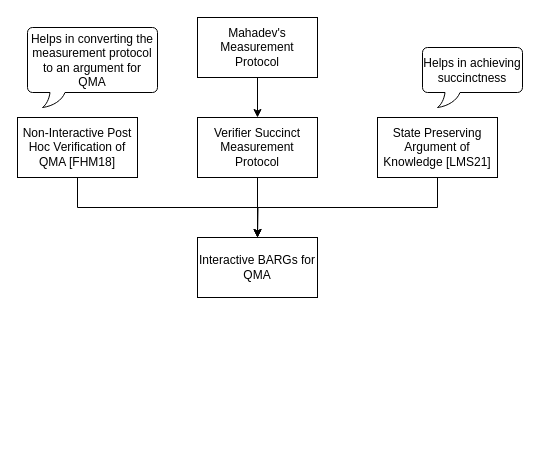
Before: BARGForQMA.drawio in ajx42/picaso, a draw.io diagram. Source tidied: cells renumbered, new cells numbered last; positions are measured from the earlier drawing's top-left corner, leaving out a move shared by most shapes. Both pictures are drawn from the tidied source at 100%, with x=0, y=0 at pixel (17, 17).
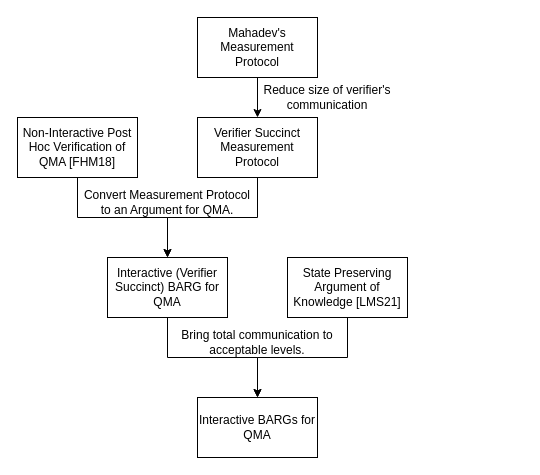
Above is the later version.

Change to the diagram source:
```diff
@@
 <mxGraphModel>
   <root>
     <mxCell id="0" />
     <mxCell id="1" parent="0" />
     <mxCell id="2" value="Mahadev's Measurement Protocol" style="rounded=0;whiteSpace=wrap;html=1;" parent="1" vertex="1">
       <mxGeometry x="180" width="120" height="60" as="geometry" />
     </mxCell>
-    <mxCell id="3" style="edgeStyle=orthogonalEdgeStyle;rounded=0;jettySize=auto;html=1;exitX=0.5;exitY=1;exitDx=0;exitDy=0;" parent="1" edge="1" source="4">
-      <mxGeometry relative="1" as="geometry">
-        <mxPoint x="240" y="220" as="targetPoint" />
-      </mxGeometry>
+    <mxCell id="3" style="edgeStyle=orthogonalEdgeStyle;rounded=0;jettySize=auto;html=1;exitX=0.5;exitY=1;exitDx=0;exitDy=0;entryX=0.5;entryY=0;entryDx=0;entryDy=0;" parent="1" edge="1" source="4" target="11">
+      <mxGeometry relative="1" as="geometry" />
     </mxCell>
     <mxCell id="4" value="Verifier Succinct Measurement Protocol" style="rounded=0;whiteSpace=wrap;html=1;" parent="1" vertex="1">
       <mxGeometry x="180" y="100" width="120" height="60" as="geometry" />
     </mxCell>
     <mxCell id="5" style="endArrow=classic;html=1;rounded=0;exitX=0.5;exitY=1;exitDx=0;exitDy=0;" parent="1" edge="1" source="2" target="4">
       <mxGeometry relative="1" as="geometry" />
     </mxCell>
-    <mxCell id="6" style="edgeStyle=orthogonalEdgeStyle;rounded=0;jettySize=auto;html=1;exitX=0.5;exitY=1;exitDx=0;exitDy=0;" parent="1" edge="1" source="7">
-      <mxGeometry relative="1" as="geometry">
-        <mxPoint x="240" y="220" as="targetPoint" />
-      </mxGeometry>
-    </mxCell>
+    <mxCell id="14" style="edgeStyle=orthogonalEdgeStyle;rounded=0;jettySize=auto;html=1;exitX=0.5;exitY=1;exitDx=0;exitDy=0;entryX=0.5;entryY=0;entryDx=0;entryDy=0;" parent="1" edge="1" source="7" target="16">
+      <mxGeometry relative="1" as="geometry" />
+    </mxCell>
     <mxCell id="7" value="State Preserving Argument of Knowledge [LMS21]" style="rounded=0;whiteSpace=wrap;html=1;" parent="1" vertex="1">
-      <mxGeometry x="360" y="100" width="120" height="60" as="geometry" />
+      <mxGeometry x="270" y="240" width="120" height="60" as="geometry" />
     </mxCell>
     <mxCell id="8" style="edgeStyle=orthogonalEdgeStyle;rounded=0;orthogonalLoop=1;jettySize=auto;html=1;exitX=0;exitY=0.5;exitDx=0;exitDy=0;exitPerimeter=0;" parent="1" edge="1">
       <mxGeometry relative="1" as="geometry">
         <mxPoint x="330" y="210" as="sourcePoint" />
         <mxPoint x="330" y="210" as="targetPoint" />
       </mxGeometry>
     </mxCell>
     <mxCell id="9" style="edgeStyle=orthogonalEdgeStyle;rounded=0;jettySize=auto;html=1;exitX=0.5;exitY=1;exitDx=0;exitDy=0;entryX=0.5;entryY=0;entryDx=0;entryDy=0;" parent="1" edge="1" source="10" target="11">
       <mxGeometry relative="1" as="geometry" />
     </mxCell>
     <mxCell id="10" value="Non-Interactive Post Hoc Verification of QMA [FHM18]" style="rounded=0;whiteSpace=wrap;html=1;" parent="1" vertex="1">
       <mxGeometry y="100" width="120" height="60" as="geometry" />
     </mxCell>
+    <mxCell id="15" style="edgeStyle=orthogonalEdgeStyle;rounded=0;jettySize=auto;html=1;exitX=0.5;exitY=1;exitDx=0;exitDy=0;entryX=0.5;entryY=0;entryDx=0;entryDy=0;" parent="1" edge="1" source="11" target="16">
+      <mxGeometry relative="1" as="geometry" />
+    </mxCell>
-    <mxCell id="11" value="Interactive BARGs for QMA" style="rounded=0;whiteSpace=wrap;html=1;" parent="1" vertex="1">
-      <mxGeometry x="180" y="220" width="120" height="60" as="geometry" />
+    <mxCell id="11" value="Interactive (Verifier Succinct) BARG for QMA" style="rounded=0;whiteSpace=wrap;html=1;" parent="1" vertex="1">
+      <mxGeometry x="90" y="240" width="120" height="60" as="geometry" />
     </mxCell>
-    <mxCell id="12" value="Helps in achieving succinctness" style="whiteSpace=wrap;html=1;shape=mxgraph.basic.roundRectCallout;dx=30;dy=15;size=5;boundedLbl=1;" parent="1" vertex="1">
-      <mxGeometry x="405" y="30" width="100" height="60" as="geometry" />
-    </mxCell>
-    <mxCell id="13" value="Helps in converting the measurement protocol to an argument for QMA" style="whiteSpace=wrap;html=1;shape=mxgraph.basic.roundRectCallout;dx=30;dy=15;size=5;boundedLbl=1;" parent="1" vertex="1">
-      <mxGeometry x="10" y="10" width="130" height="80" as="geometry" />
-    </mxCell>
+    <mxCell id="16" value="Interactive BARGs for QMA" style="rounded=0;whiteSpace=wrap;html=1;" parent="1" vertex="1">
+      <mxGeometry x="180" y="380" width="120" height="60" as="geometry" />
+    </mxCell>
+    <mxCell id="17" value="Reduce size of verifier's communication" style="text;html=1;strokeColor=none;fillColor=none;align=center;verticalAlign=middle;whiteSpace=wrap;rounded=0;" parent="1" vertex="1">
+      <mxGeometry x="240" y="60" width="140" height="40" as="geometry" />
+    </mxCell>
+    <mxCell id="18" value="Bring total communication to acceptable levels." style="text;html=1;strokeColor=none;fillColor=none;align=center;verticalAlign=middle;whiteSpace=wrap;rounded=0;" parent="1" vertex="1">
+      <mxGeometry x="155" y="300" width="170" height="50" as="geometry" />
+    </mxCell>
+    <mxCell id="19" value="Convert Measurement Protocol to an Argument for QMA." style="text;html=1;strokeColor=none;fillColor=none;align=center;verticalAlign=middle;whiteSpace=wrap;rounded=0;" parent="1" vertex="1">
+      <mxGeometry x="65" y="160" width="170" height="50" as="geometry" />
+    </mxCell>
   </root>
 </mxGraphModel>
```
